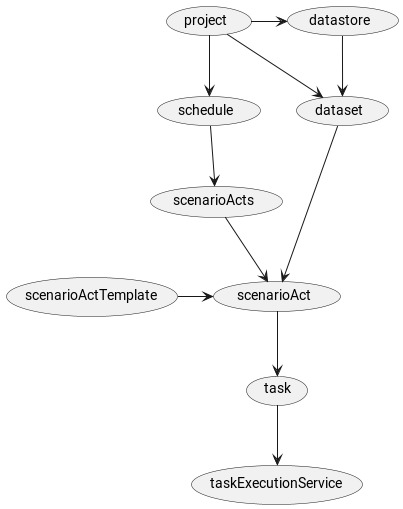
zaytsevdmitry/lakehouse keeps this PlantUML diagram as doc/entities_design/logical_entities_dependency.png. Above is the earlier version. Source of this version:
```plantuml
@startuml
(schedule) --> (scenarioActs)
(scenarioActs) --> (scenarioAct)
(scenarioActTemplate) -> (scenarioAct)
(scenarioAct) --> (task)
(task)-->(taskExecutionService)
(dataset) -> (scenarioAct)
(datastore) --> (dataset)
(project) -> (dataset)
(project) --> (schedule)
(project) -> (datastore)
@enduml
```
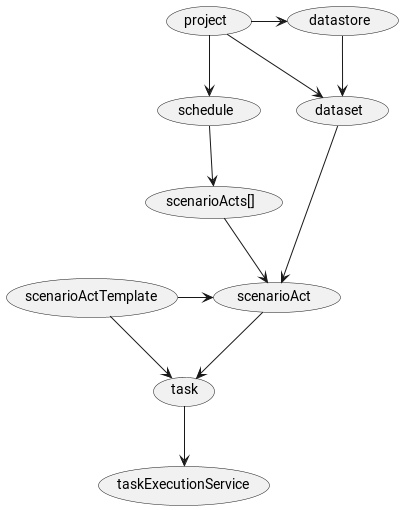
Later version of the same file.

The edit, as a diff of the source:
```diff
@@ -1,7 +1,8 @@
 @startuml
-(schedule) --> (scenarioActs)
-(scenarioActs) --> (scenarioAct)
+(schedule) --> (scenarioActs[])
+(scenarioActs[]) --> (scenarioAct)
 (scenarioActTemplate) -> (scenarioAct)
+(scenarioActTemplate) -> (task)
 (scenarioAct) --> (task)
 (task)-->(taskExecutionService)
 (dataset) -> (scenarioAct)
```
